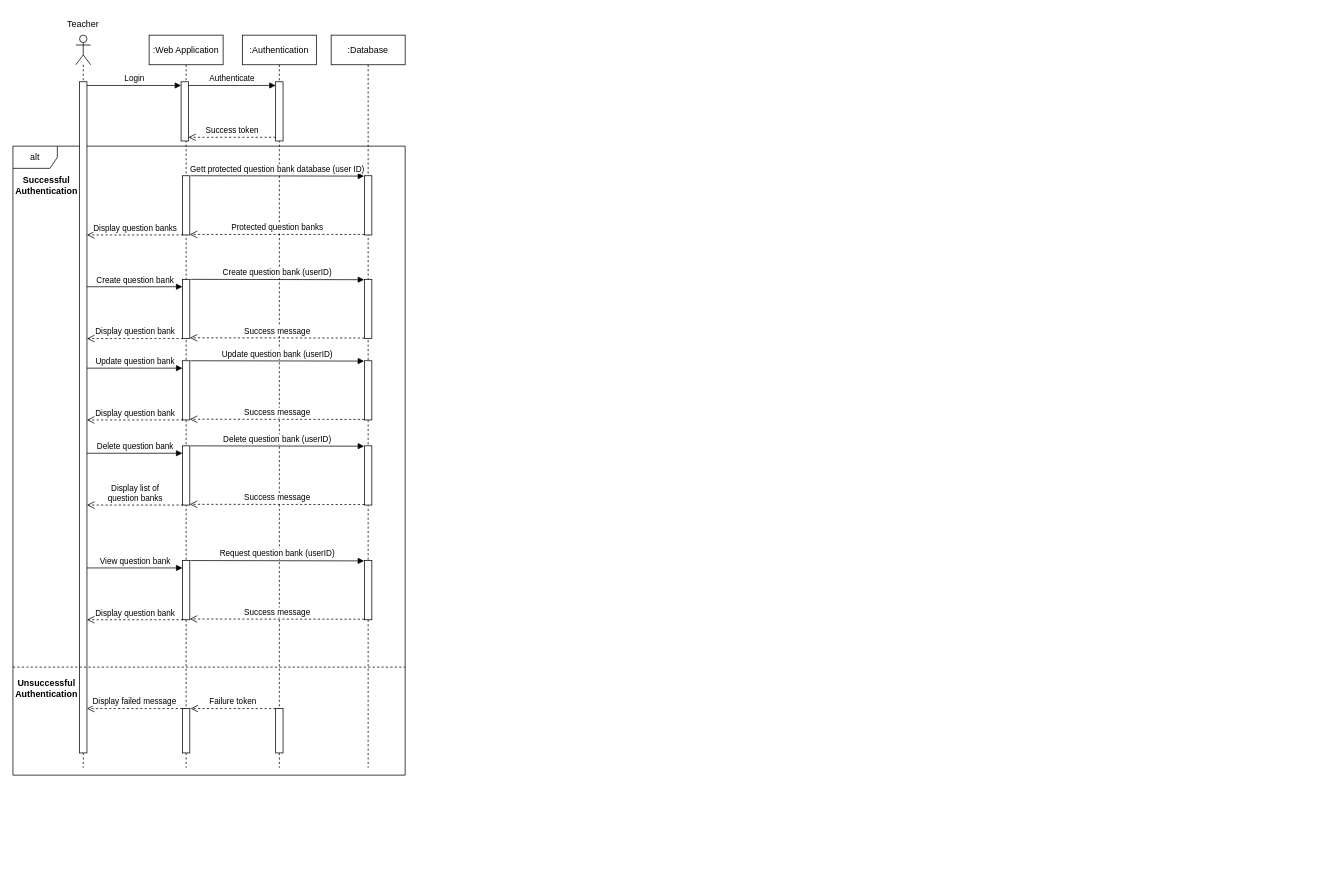
Before: page "Quản lý ngân hàng câu hỏi" (1 of 8) of sequencediagram.drawio in VDT1805/ChallengeCreator, a draw.io diagram. Source tidied: cells renumbered, new cells numbered last; positions are measured from the earlier drawing's top-left corner, leaving out a move shared by most shapes. Both pictures are drawn from the tidied source at 74%, with x=0, y=0 at pixel (13, 13).
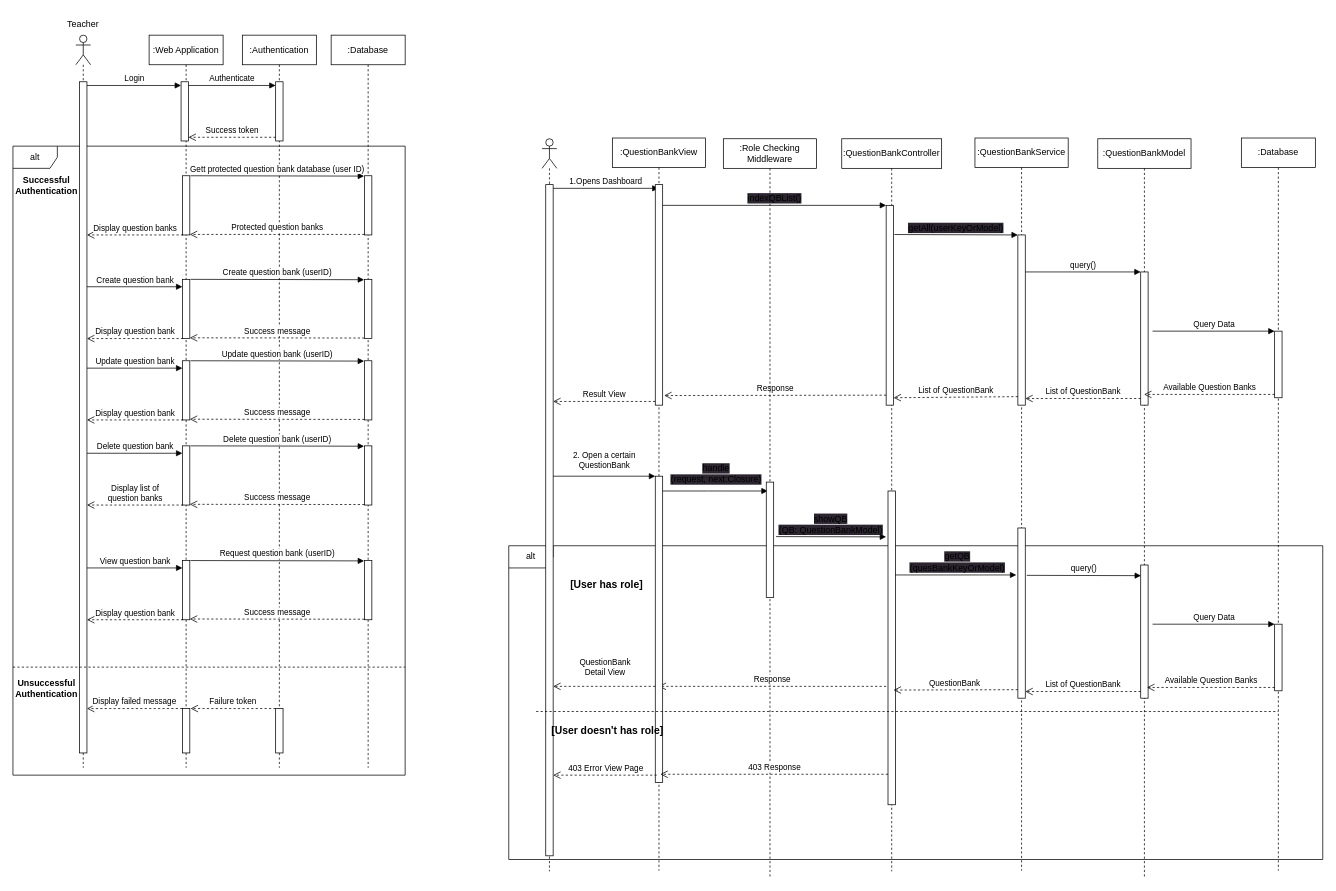
The same page after the edit.

Commit message (it also covers changes not shown here):
Testing the new style in seq diag(QB Mgmt) + class diag revised (Again)

The edit, as a diff of the source:
```diff
@@
+    <mxCell id="50" value="alt" style="shape=umlFrame;whiteSpace=wrap;html=1;" parent="1" vertex="1">
+      <mxGeometry x="670" y="720" width="1100" height="424" as="geometry" />
+    </mxCell>
@@
+    <mxCell id="51" style="shape=umlLifeline;perimeter=lifelinePerimeter;whiteSpace=wrap;html=1;newEdgeStyle={&quot;curved&quot;:0,&quot;rounded&quot;:0};participant=umlActor;" parent="1" vertex="1">
+      <mxGeometry x="715" y="170" width="20" height="990" as="geometry" />
+    </mxCell>
+    <mxCell id="52" value=":QuestionBankView" style="shape=umlLifeline;perimeter=lifelinePerimeter;whiteSpace=wrap;html=1;outlineConnect=0;portConstraint=eastwest;newEdgeStyle={&quot;curved&quot;:0,&quot;rounded&quot;:0};" parent="1" vertex="1">
+      <mxGeometry x="810" y="169" width="126" height="990" as="geometry" />
+    </mxCell>
+    <mxCell id="53" value=":Database" style="shape=umlLifeline;perimeter=lifelinePerimeter;whiteSpace=wrap;html=1;newEdgeStyle={&quot;curved&quot;:0,&quot;rounded&quot;:0};" parent="1" vertex="1">
+      <mxGeometry x="1660" y="169" width="100" height="990" as="geometry" />
+    </mxCell>
+    <mxCell id="54" style="html=1;points=[[0,0,0,0,5],[0,1,0,0,-5],[1,0,0,0,5],[1,1,0,0,-5]];perimeter=orthogonalPerimeter;outlineConnect=0;targetShapes=umlLifeline;portConstraint=eastwest;newEdgeStyle={&quot;curved&quot;:0,&quot;rounded&quot;:0};" parent="1" vertex="1">
+      <mxGeometry x="720" y="232" width="10" height="907" as="geometry" />
+    </mxCell>
+    <mxCell id="55" value=":QuestionBankController" style="shape=umlLifeline;perimeter=lifelinePerimeter;whiteSpace=wrap;html=1;newEdgeStyle={&quot;curved&quot;:0,&quot;rounded&quot;:0};" parent="1" vertex="1">
+      <mxGeometry x="1120" y="170" width="135" height="990" as="geometry" />
+    </mxCell>
+    <mxCell id="56" value=":QuestionBankService" style="shape=umlLifeline;perimeter=lifelinePerimeter;whiteSpace=wrap;html=1;newEdgeStyle={&quot;curved&quot;:0,&quot;rounded&quot;:0};" parent="1" vertex="1">
+      <mxGeometry x="1300" y="169" width="126" height="990" as="geometry" />
+    </mxCell>
+    <mxCell id="57" value=":QuestionBankModel" style="shape=umlLifeline;perimeter=lifelinePerimeter;whiteSpace=wrap;html=1;outlineConnect=0;portConstraint=eastwest;newEdgeStyle={&quot;curved&quot;:0,&quot;rounded&quot;:0};" parent="1" vertex="1">
+      <mxGeometry x="1466" y="170" width="126" height="999" as="geometry" />
+    </mxCell>
+    <mxCell id="58" value="1.Opens Dashboard" style="html=1;verticalAlign=bottom;endArrow=block;curved=0;rounded=0;exitX=1;exitY=0;exitDx=0;exitDy=5;exitPerimeter=0;" parent="1" edge="1" source="54" target="52">
+      <mxGeometry relative="1" as="geometry" />
+    </mxCell>
+    <mxCell id="59" style="html=1;points=[[0,0,0,0,5],[0,1,0,0,-5],[1,0,0,0,5],[1,1,0,0,-5]];perimeter=orthogonalPerimeter;outlineConnect=0;targetShapes=umlLifeline;portConstraint=eastwest;newEdgeStyle={&quot;curved&quot;:0,&quot;rounded&quot;:0};" parent="1" vertex="1">
+      <mxGeometry x="868" y="232" width="10" height="298" as="geometry" />
+    </mxCell>
+    <mxCell id="60" style="html=1;points=[];perimeter=orthogonalPerimeter;" parent="1" vertex="1">
+      <mxGeometry x="1180" y="260" width="10" height="270" as="geometry" />
+    </mxCell>
+    <mxCell id="61" value="&lt;span style=&quot;font-size: 12px; text-align: left; background-color: rgb(42, 37, 47);&quot;&gt;indexQBList()&lt;/span&gt;" style="html=1;verticalAlign=bottom;endArrow=block;entryX=0;entryY=0;" parent="1" edge="1" source="59" target="60">
+      <mxGeometry relative="1" as="geometry" />
+    </mxCell>
+    <mxCell id="62" value="Response" style="html=1;verticalAlign=bottom;endArrow=open;dashed=1;endSize=8;exitX=0;exitY=0.95;" parent="1" edge="1" source="60">
+      <mxGeometry relative="1" as="geometry">
+        <mxPoint x="880" y="517" as="targetPoint" />
+      </mxGeometry>
+    </mxCell>
+    <mxCell id="63" style="html=1;points=[];perimeter=orthogonalPerimeter;" parent="1" vertex="1">
+      <mxGeometry x="1358" y="300" width="10" height="230" as="geometry" />
+    </mxCell>
+    <mxCell id="64" value="&lt;span style=&quot;font-size: 12px; text-align: left; background-color: rgb(42, 37, 47);&quot;&gt;getAll(userKeyOrModel)&lt;/span&gt;" style="html=1;verticalAlign=bottom;endArrow=block;entryX=0;entryY=0;exitX=1.117;exitY=0.146;exitDx=0;exitDy=0;exitPerimeter=0;" parent="1" edge="1" source="60" target="63">
+      <mxGeometry relative="1" as="geometry" />
+    </mxCell>
+    <mxCell id="65" value="List of QuestionBank" style="html=1;verticalAlign=bottom;endArrow=open;dashed=1;endSize=8;exitX=0;exitY=0.95;" parent="1" edge="1" source="63">
+      <mxGeometry relative="1" as="geometry">
+        <mxPoint x="1190" y="520" as="targetPoint" />
+      </mxGeometry>
+    </mxCell>
+    <mxCell id="66" style="html=1;points=[];perimeter=orthogonalPerimeter;" parent="1" vertex="1">
+      <mxGeometry x="1524" y="350" width="10" height="180" as="geometry" />
+    </mxCell>
+    <mxCell id="67" value="query()" style="html=1;verticalAlign=bottom;endArrow=block;entryX=0;entryY=0;" parent="1" edge="1" source="63" target="66">
+      <mxGeometry relative="1" as="geometry" />
+    </mxCell>
+    <mxCell id="68" value="List of QuestionBank" style="html=1;verticalAlign=bottom;endArrow=open;dashed=1;endSize=8;exitX=0;exitY=0.95;" parent="1" edge="1" source="66" target="63">
+      <mxGeometry relative="1" as="geometry" />
+    </mxCell>
+    <mxCell id="69" style="html=1;points=[];perimeter=orthogonalPerimeter;" parent="1" vertex="1">
+      <mxGeometry x="1705" y="430" width="10" height="90" as="geometry" />
+    </mxCell>
+    <mxCell id="70" value="Query Data" style="html=1;verticalAlign=bottom;endArrow=block;entryX=0;entryY=0;" parent="1" edge="1" target="69">
+      <mxGeometry relative="1" as="geometry">
+        <mxPoint x="1540" y="430" as="sourcePoint" />
+      </mxGeometry>
+    </mxCell>
+    <mxCell id="71" value="Available Question Banks" style="html=1;verticalAlign=bottom;endArrow=open;dashed=1;endSize=8;exitX=0;exitY=0.95;" parent="1" edge="1" source="69" target="57">
+      <mxGeometry relative="1" as="geometry" />
+    </mxCell>
+    <mxCell id="72" value="Result View" style="html=1;verticalAlign=bottom;endArrow=open;dashed=1;endSize=8;exitX=0;exitY=1;exitDx=0;exitDy=-5;exitPerimeter=0;" parent="1" edge="1" source="59" target="54">
+      <mxGeometry relative="1" as="geometry" />
+    </mxCell>
+    <mxCell id="73" value=":Role Checking&lt;br&gt;Middleware" style="shape=umlLifeline;perimeter=lifelinePerimeter;whiteSpace=wrap;html=1;newEdgeStyle={&quot;curved&quot;:0,&quot;rounded&quot;:0};" parent="1" vertex="1">
+      <mxGeometry x="960" y="170" width="126" height="999" as="geometry" />
+    </mxCell>
+    <mxCell id="74" style="html=1;points=[];perimeter=orthogonalPerimeter;" parent="1" vertex="1">
+      <mxGeometry x="1182.5" y="646" width="10" height="424" as="geometry" />
+    </mxCell>
+    <mxCell id="75" value="&lt;span style=&quot;font-size: 12px; text-align: left; background-color: rgb(42, 37, 47);&quot;&gt;showQB&lt;br&gt;(QB: QuestionBankModel)&lt;/span&gt;" style="html=1;verticalAlign=bottom;endArrow=block;exitX=1.324;exitY=0.472;exitDx=0;exitDy=0;exitPerimeter=0;" parent="1" edge="1" source="90">
+      <mxGeometry relative="1" as="geometry">
+        <mxPoint x="1180" y="708" as="targetPoint" />
+      </mxGeometry>
+    </mxCell>
+    <mxCell id="76" value="Response" style="html=1;verticalAlign=bottom;endArrow=open;dashed=1;endSize=8;" parent="1" edge="1" target="52">
+      <mxGeometry relative="1" as="geometry">
+        <mxPoint x="1180" y="910" as="sourcePoint" />
+        <Array as="points">
+          <mxPoint x="950" y="910" />
+        </Array>
+      </mxGeometry>
+    </mxCell>
+    <mxCell id="77" style="html=1;points=[];perimeter=orthogonalPerimeter;" parent="1" vertex="1">
+      <mxGeometry x="1358" y="696" width="10" height="230" as="geometry" />
+    </mxCell>
+    <mxCell id="78" value="&lt;span style=&quot;font-size: 12px; text-align: left; background-color: rgb(42, 37, 47);&quot;&gt;getQB&lt;br&gt;(quesBankKeyOrModel)&lt;/span&gt;" style="html=1;verticalAlign=bottom;endArrow=block;entryX=-0.206;entryY=0.276;entryDx=0;entryDy=0;entryPerimeter=0;" parent="1" edge="1" source="74" target="77">
+      <mxGeometry x="0.01" relative="1" as="geometry" />
+    </mxCell>
+    <mxCell id="79" value="QuestionBank&amp;nbsp;" style="html=1;verticalAlign=bottom;endArrow=open;dashed=1;endSize=8;exitX=0;exitY=0.95;" parent="1" edge="1" source="77">
+      <mxGeometry relative="1" as="geometry">
+        <mxPoint x="1190" y="915" as="targetPoint" />
+      </mxGeometry>
+    </mxCell>
+    <mxCell id="80" style="html=1;points=[];perimeter=orthogonalPerimeter;" parent="1" vertex="1">
+      <mxGeometry x="1524" y="746" width="10" height="180" as="geometry" />
+    </mxCell>
+    <mxCell id="81" value="query()" style="html=1;verticalAlign=bottom;endArrow=block;entryX=0.041;entryY=0.08;entryDx=0;entryDy=0;entryPerimeter=0;" parent="1" edge="1" target="80">
+      <mxGeometry relative="1" as="geometry">
+        <mxPoint x="1370" y="760" as="sourcePoint" />
+      </mxGeometry>
+    </mxCell>
+    <mxCell id="82" value="List of QuestionBank" style="html=1;verticalAlign=bottom;endArrow=open;dashed=1;endSize=8;exitX=0;exitY=0.95;" parent="1" edge="1" source="80" target="77">
+      <mxGeometry relative="1" as="geometry" />
+    </mxCell>
+    <mxCell id="83" style="html=1;points=[];perimeter=orthogonalPerimeter;" parent="1" vertex="1">
+      <mxGeometry x="1705" y="826" width="10" height="90" as="geometry" />
+    </mxCell>
+    <mxCell id="84" value="Query Data" style="html=1;verticalAlign=bottom;endArrow=block;entryX=0;entryY=0;" parent="1" edge="1" target="83">
+      <mxGeometry relative="1" as="geometry">
+        <mxPoint x="1540" y="826" as="sourcePoint" />
+      </mxGeometry>
+    </mxCell>
+    <mxCell id="85" value="Available Question Banks" style="html=1;verticalAlign=bottom;endArrow=open;dashed=1;endSize=8;exitX=0;exitY=0.95;" parent="1" edge="1" source="83">
+      <mxGeometry relative="1" as="geometry">
+        <mxPoint x="1532.5" y="911.5" as="targetPoint" />
+      </mxGeometry>
+    </mxCell>
+    <mxCell id="86" style="html=1;points=[];perimeter=orthogonalPerimeter;" parent="1" vertex="1">
+      <mxGeometry x="868" y="626" width="10" height="414" as="geometry" />
+    </mxCell>
+    <mxCell id="87" value="2. Open a certain &lt;br&gt;QuestionBank" style="html=1;verticalAlign=bottom;endArrow=block;entryX=0;entryY=0;" parent="1" edge="1" source="54" target="86">
+      <mxGeometry x="0.01" y="6" relative="1" as="geometry">
+        <mxPoint x="-1" as="offset" />
+      </mxGeometry>
+    </mxCell>
+    <mxCell id="88" value="QuestionBank&lt;br&gt;Detail View" style="html=1;verticalAlign=bottom;endArrow=open;dashed=1;endSize=8;" parent="1" edge="1" source="86" target="54">
+      <mxGeometry x="-0.01" y="-10" relative="1" as="geometry">
+        <Array as="points">
+          <mxPoint x="820" y="910" />
+        </Array>
+      </mxGeometry>
+    </mxCell>
+    <mxCell id="89" value="&lt;div style=&quot;&quot;&gt;&lt;span style=&quot;font-size: 12px; background-color: rgb(42, 37, 47);&quot;&gt;handle&lt;br&gt;(request, next:Closure)&lt;/span&gt;&lt;/div&gt;" style="html=1;verticalAlign=bottom;endArrow=block;" parent="1" edge="1" source="86">
+      <mxGeometry x="0.02" y="6" relative="1" as="geometry">
+        <mxPoint x="1020" y="646" as="targetPoint" />
+        <Array as="points">
+          <mxPoint x="950" y="646" />
+        </Array>
+      </mxGeometry>
+    </mxCell>
+    <mxCell id="90" style="html=1;points=[];perimeter=orthogonalPerimeter;" parent="1" vertex="1">
+      <mxGeometry x="1018" y="634" width="10" height="156" as="geometry" />
+    </mxCell>
+    <mxCell id="91" style="line;strokeWidth=1;fillColor=none;align=left;verticalAlign=middle;spacingTop=-1;spacingLeft=3;spacingRight=3;labelPosition=right;strokeColor=inherit;dashed=1;" parent="1" vertex="1">
+      <mxGeometry x="707" y="940" width="1003" height="8" as="geometry" />
+    </mxCell>
+    <mxCell id="92" value="[User has role]" style="text;strokeColor=none;fillColor=none;html=1;fontSize=14;fontStyle=1;verticalAlign=middle;align=center;" parent="1" vertex="1">
+      <mxGeometry x="735" y="756.5" width="133" height="33.5" as="geometry" />
+    </mxCell>
+    <mxCell id="93" value="[User doesn't has role]" style="text;strokeColor=none;fillColor=none;html=1;fontSize=14;fontStyle=1;verticalAlign=middle;align=center;" parent="1" vertex="1">
+      <mxGeometry x="730" y="953.2" width="145" height="33.5" as="geometry" />
+    </mxCell>
+    <mxCell id="94" value="403 Response" style="html=1;verticalAlign=bottom;endArrow=open;dashed=1;endSize=8;" parent="1" edge="1">
+      <mxGeometry relative="1" as="geometry">
+        <mxPoint x="1182.5" y="1028.8" as="sourcePoint" />
+        <mxPoint x="874.8" y="1028.8" as="targetPoint" />
+      </mxGeometry>
+    </mxCell>
+    <mxCell id="95" value="403 Error View Page" style="html=1;verticalAlign=bottom;endArrow=open;dashed=1;endSize=8;" parent="1" edge="1">
+      <mxGeometry x="-0.01" relative="1" as="geometry">
+        <mxPoint x="870" y="1030" as="sourcePoint" />
+        <mxPoint x="730" y="1030" as="targetPoint" />
+      </mxGeometry>
+    </mxCell>
```
